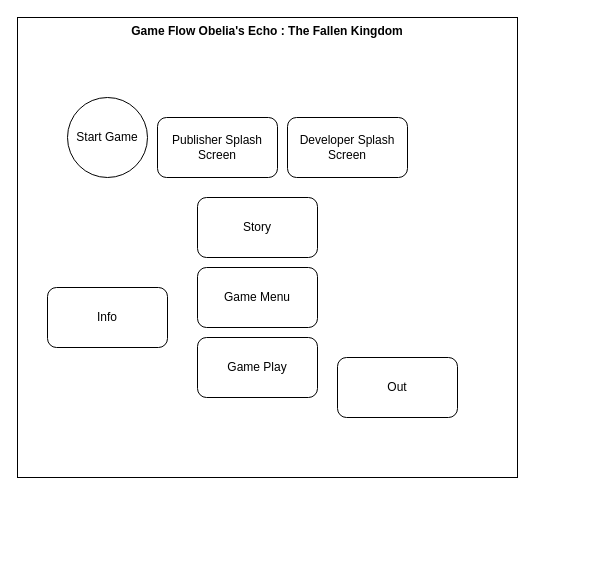
Earlier version of the draw.io diagram gameFlow.drawio (ZulpaAgustin/obelia-games). Source tidied: cells renumbered, new cells numbered last; positions are measured from the earlier drawing's top-left corner, leaving out a move shared by most shapes. Both pictures are drawn from the tidied source at 100%, with x=0, y=0 at pixel (17, 17).
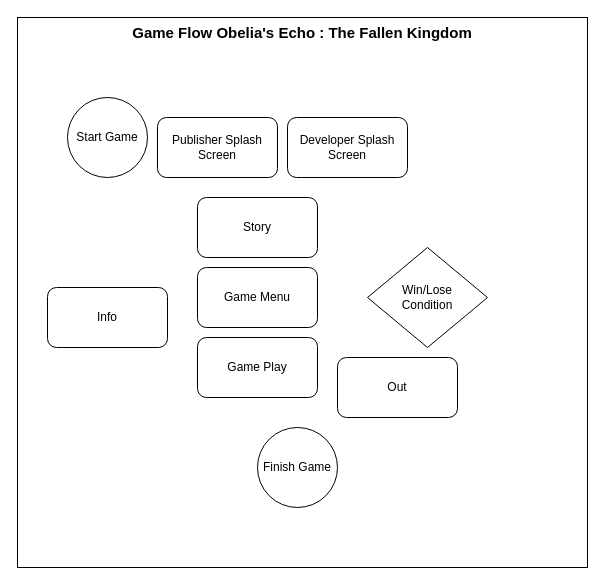
Above is the later version.

The edit, as a diff of the source:
```diff
@@
 <mxGraphModel>
   <root>
     <mxCell id="0" />
     <mxCell id="1" parent="0" />
-    <mxCell id="2" value="Game Flow Obelia's Echo : The Fallen Kingdom" style="rounded=0;whiteSpace=wrap;html=1;verticalAlign=top;fontStyle=1;" parent="1" vertex="1">
-      <mxGeometry width="500" height="460" as="geometry" />
+    <mxCell id="2" value="Game Flow Obelia's Echo : The Fallen Kingdom" style="rounded=0;whiteSpace=wrap;html=1;verticalAlign=top;fontStyle=1;fontSize=15;" parent="1" vertex="1">
+      <mxGeometry width="570" height="550" as="geometry" />
     </mxCell>
     <mxCell id="3" value="Start Game" style="ellipse;whiteSpace=wrap;html=1;" parent="1" vertex="1">
       <mxGeometry x="50" y="80" width="80" height="80" as="geometry" />
     </mxCell>
     <mxCell id="4" value="Publisher Splash Screen" style="rounded=1;whiteSpace=wrap;html=1;" parent="1" vertex="1">
       <mxGeometry x="140" y="100" width="120" height="60" as="geometry" />
     </mxCell>
     <mxCell id="5" value="Developer Splash Screen" style="rounded=1;whiteSpace=wrap;html=1;" parent="1" vertex="1">
       <mxGeometry x="270" y="100" width="120" height="60" as="geometry" />
     </mxCell>
     <mxCell id="6" value="Game Menu" style="rounded=1;whiteSpace=wrap;html=1;" parent="1" vertex="1">
       <mxGeometry x="180" y="250" width="120" height="60" as="geometry" />
     </mxCell>
     <mxCell id="7" value="Story" style="rounded=1;whiteSpace=wrap;html=1;" parent="1" vertex="1">
       <mxGeometry x="180" y="180" width="120" height="60" as="geometry" />
     </mxCell>
     <mxCell id="8" value="Game Play" style="rounded=1;whiteSpace=wrap;html=1;" parent="1" vertex="1">
       <mxGeometry x="180" y="320" width="120" height="60" as="geometry" />
     </mxCell>
     <mxCell id="9" value="Out" style="rounded=1;whiteSpace=wrap;html=1;" parent="1" vertex="1">
       <mxGeometry x="320" y="340" width="120" height="60" as="geometry" />
     </mxCell>
     <mxCell id="10" value="Info" style="rounded=1;whiteSpace=wrap;html=1;" parent="1" vertex="1">
       <mxGeometry x="30" y="270" width="120" height="60" as="geometry" />
     </mxCell>
+    <mxCell id="11" value="Finish Game" style="ellipse;whiteSpace=wrap;html=1;" parent="1" vertex="1">
+      <mxGeometry x="240" y="410" width="80" height="80" as="geometry" />
+    </mxCell>
+    <mxCell id="12" value="Win/Lose&lt;div&gt;Condition&lt;/div&gt;" style="rhombus;whiteSpace=wrap;html=1;" parent="1" vertex="1">
+      <mxGeometry x="350" y="230" width="120" height="100" as="geometry" />
+    </mxCell>
   </root>
 </mxGraphModel>
```
